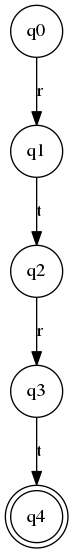
The Graphviz diagram practica1/Digraph.gv.png in lmdcma27/Progra-2-Practica1, before a commit. Its source is kept beside it as practica1/Digraph.gv.
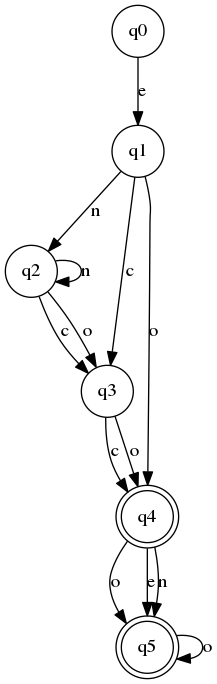
Above is the later version.

The edit, as a diff of the source:
```diff
@@ -2,16 +2,46 @@
 	node [shape=circle]
 	q1
 	q0
-	q0 -> q1 [label=r]
+	q0 -> q1 [label=e]
 	node [shape=circle]
 	q2
 	q1
-	q1 -> q2 [label=t]
+	q1 -> q2 [label=n]
+	node [shape=circle]
+	q2
+	q2
+	q2 -> q2 [label=n]
 	node [shape=circle]
 	q3
 	q2
-	q2 -> q3 [label=r]
+	q2 -> q3 [label=c]
 	node [shape=doublecircle]
 	q4
-	q3 -> q4 [label=t]
+	q3 -> q4 [label=c]
+	node [shape=doublecircle]
+	q5
+	q4 -> q5 [label=o]
+	node [shape=doublecircle]
+	q5
+	q5 -> q5 [label=o]
+	node [shape=circle]
+	q3
+	q2
+	q2 -> q3 [label=o]
+	node [shape=doublecircle]
+	q4
+	q3 -> q4 [label=o]
+	node [shape=doublecircle]
+	q5
+	q4 -> q5 [label=e]
+	node [shape=circle]
+	q3
+	q1
+	q1 -> q3 [label=c]
+	node [shape=doublecircle]
+	q4
+	q1 -> q4 [label=o]
+	node [shape=doublecircle]
+	q5
+	q4 -> q5 [label=n]
 }
```
